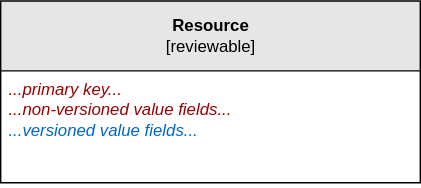
The draw.io diagram devdocs/reviewable-simple-notation-normal.drawio.svg in fullstaq-labs/sqedule, before a commit. Source tidied: cells renumbered, new cells last; positions are measured from the earlier drawing's top-left corner, leaving out a move shared by most shapes.
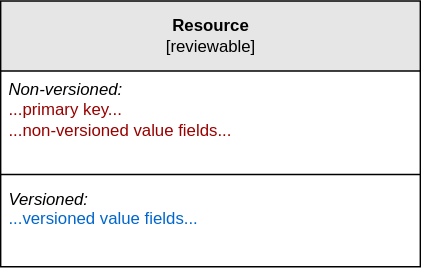
The same diagram one commit later.

Commit message:
Clearly separate versioned and non-versioned fields in Reviewable's simple notation

What changed in the source:
```diff
@@ -3,10 +3,16 @@
     <mxCell id="0" />
     <mxCell id="1" parent="0" />
     <mxCell id="2" value="Resource&lt;br&gt;&lt;span style=&quot;font-weight: normal&quot;&gt;[reviewable]&lt;/span&gt;" style="swimlane;fontStyle=1;horizontal=1;startSize=50;swimlaneFillColor=#ffffff;html=1;fillColor=#E6E6E6;" parent="1" vertex="1">
-      <mxGeometry width="300" height="130" as="geometry" />
+      <mxGeometry width="300" height="190" as="geometry" />
     </mxCell>
-    <mxCell id="3" value="&lt;i&gt;...primary key...&lt;br&gt;...non-versioned value fields...&lt;br&gt;&lt;font color=&quot;#0066cc&quot;&gt;...versioned value fields...&lt;/font&gt;&lt;/i&gt;" style="text;align=left;verticalAlign=top;spacingLeft=4;spacingRight=4;overflow=hidden;whiteSpace=wrap;fontColor=#990000;html=1;" parent="2" vertex="1">
-      <mxGeometry y="50" width="300" height="80" as="geometry" />
+    <mxCell id="3" value="&lt;font color=&quot;#000000&quot;&gt;&lt;i&gt;Non-versioned:&lt;/i&gt;&lt;/font&gt;&lt;br&gt;...primary key...&lt;br&gt;...non-versioned value fields..." style="text;align=left;verticalAlign=top;spacingLeft=4;spacingRight=4;overflow=hidden;whiteSpace=wrap;fontColor=#990000;html=1;" parent="2" vertex="1">
+      <mxGeometry y="50" width="300" height="70" as="geometry" />
     </mxCell>
+    <mxCell id="4" style="line;strokeWidth=1;fillColor=none;align=left;verticalAlign=middle;spacingTop=-1;spacingLeft=3;spacingRight=3;labelPosition=right;" parent="2" vertex="1">
+      <mxGeometry y="120" width="300" height="8" as="geometry" />
+    </mxCell>
+    <mxCell id="5" value="&lt;font color=&quot;#000000&quot;&gt;&lt;i&gt;Versioned:&lt;/i&gt;&lt;/font&gt;&lt;br&gt;&lt;font color=&quot;#0066cc&quot;&gt;...versioned value fields...&lt;/font&gt;" style="text;align=left;verticalAlign=top;spacingLeft=4;spacingRight=4;overflow=hidden;whiteSpace=wrap;fontColor=#990000;html=1;" parent="2" vertex="1">
+      <mxGeometry y="128" width="300" height="62" as="geometry" />
+    </mxCell>
   </root>
 </mxGraphModel>
```
